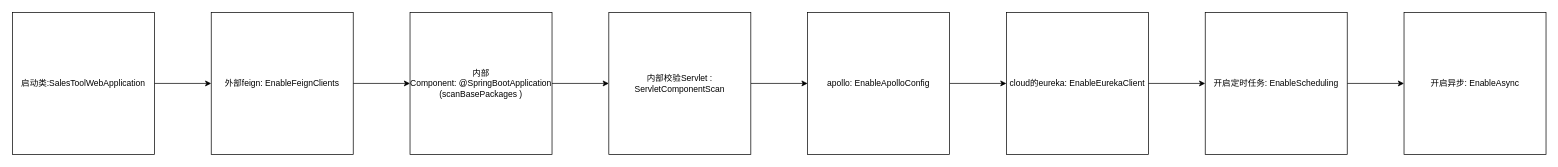
Earlier version of the draw.io diagram tb_win_server.drawio (1819011603/-). Source tidied: cells renumbered, new cells numbered last; positions are measured from the earlier drawing's top-left corner, leaving out a move shared by most shapes. Both pictures are drawn from the tidied source at 71%, with x=0, y=0 at pixel (12, 12).
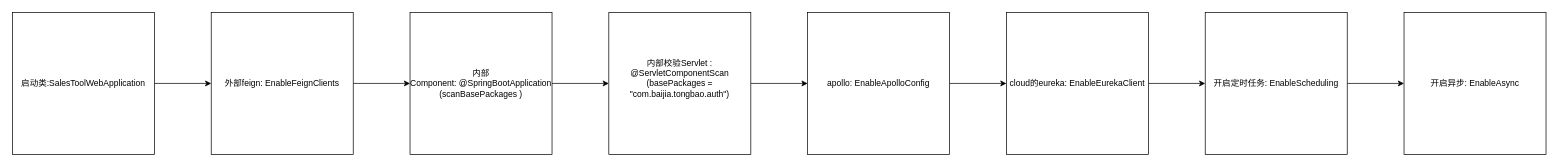
Above is the later version.

What changed in the source:
```diff
@@
 <mxGraphModel>
   <root>
     <mxCell id="0" />
     <mxCell id="1" parent="0" />
     <mxCell id="2" style="edgeStyle=orthogonalEdgeStyle;rounded=0;jettySize=auto;html=1;" parent="1" edge="1" source="3" target="5">
       <mxGeometry relative="1" as="geometry" />
     </mxCell>
     <mxCell id="3" value="启动类:SalesToolWebApplication" style="whiteSpace=wrap;html=1;" parent="1" vertex="1">
       <mxGeometry width="200" height="200" as="geometry" />
     </mxCell>
     <mxCell id="4" style="edgeStyle=orthogonalEdgeStyle;rounded=0;jettySize=auto;html=1;" parent="1" edge="1" source="5" target="7">
       <mxGeometry relative="1" as="geometry" />
     </mxCell>
     <mxCell id="5" value="外部feign:&amp;nbsp;EnableFeignClients" style="whiteSpace=wrap;html=1;" parent="1" vertex="1">
       <mxGeometry x="280" width="200" height="200" as="geometry" />
     </mxCell>
     <mxCell id="6" style="edgeStyle=orthogonalEdgeStyle;rounded=0;jettySize=auto;html=1;" parent="1" edge="1" source="7" target="9">
       <mxGeometry relative="1" as="geometry" />
     </mxCell>
     <mxCell id="7" value="内部Component:&amp;nbsp;@SpringBootApplication&lt;br&gt;(scanBasePackages )" style="whiteSpace=wrap;html=1;" parent="1" vertex="1">
       <mxGeometry x="560" width="200" height="200" as="geometry" />
     </mxCell>
     <mxCell id="8" style="edgeStyle=orthogonalEdgeStyle;rounded=0;jettySize=auto;html=1;" parent="1" edge="1" source="9" target="11">
       <mxGeometry relative="1" as="geometry" />
     </mxCell>
-    <mxCell id="9" value="内部校验Servlet :&lt;br&gt;ServletComponentScan" style="whiteSpace=wrap;html=1;" parent="1" vertex="1">
+    <mxCell id="9" value="内部校验Servlet :&lt;br&gt;&lt;div&gt;@ServletComponentScan&lt;/div&gt;&lt;div&gt;(basePackages = &quot;com.baijia.tongbao.auth&quot;)&lt;/div&gt;&lt;div&gt;&lt;br&gt;&lt;/div&gt;" style="whiteSpace=wrap;html=1;" parent="1" vertex="1">
       <mxGeometry x="840" width="200" height="200" as="geometry" />
     </mxCell>
     <mxCell id="10" style="edgeStyle=orthogonalEdgeStyle;rounded=0;jettySize=auto;html=1;" parent="1" edge="1" source="11" target="13">
       <mxGeometry relative="1" as="geometry" />
     </mxCell>
     <mxCell id="11" value="apollo:&amp;nbsp;EnableApolloConfig" style="whiteSpace=wrap;html=1;" parent="1" vertex="1">
       <mxGeometry x="1120" width="200" height="200" as="geometry" />
     </mxCell>
     <mxCell id="12" style="edgeStyle=orthogonalEdgeStyle;rounded=0;jettySize=auto;html=1;" parent="1" edge="1" source="13" target="15">
       <mxGeometry relative="1" as="geometry" />
     </mxCell>
     <mxCell id="13" value="cloud的eureka:&amp;nbsp;EnableEurekaClient" style="whiteSpace=wrap;html=1;" parent="1" vertex="1">
       <mxGeometry x="1400" width="200" height="200" as="geometry" />
     </mxCell>
     <mxCell id="14" style="edgeStyle=orthogonalEdgeStyle;rounded=0;jettySize=auto;html=1;" parent="1" edge="1" source="15" target="16">
       <mxGeometry relative="1" as="geometry" />
     </mxCell>
     <mxCell id="15" value="开启定时任务:&amp;nbsp;EnableScheduling" style="whiteSpace=wrap;html=1;" parent="1" vertex="1">
       <mxGeometry x="1680" width="200" height="200" as="geometry" />
     </mxCell>
     <mxCell id="16" value="开启异步:&amp;nbsp;EnableAsync" style="whiteSpace=wrap;html=1;" parent="1" vertex="1">
       <mxGeometry x="1960" width="200" height="200" as="geometry" />
     </mxCell>
   </root>
 </mxGraphModel>
```
